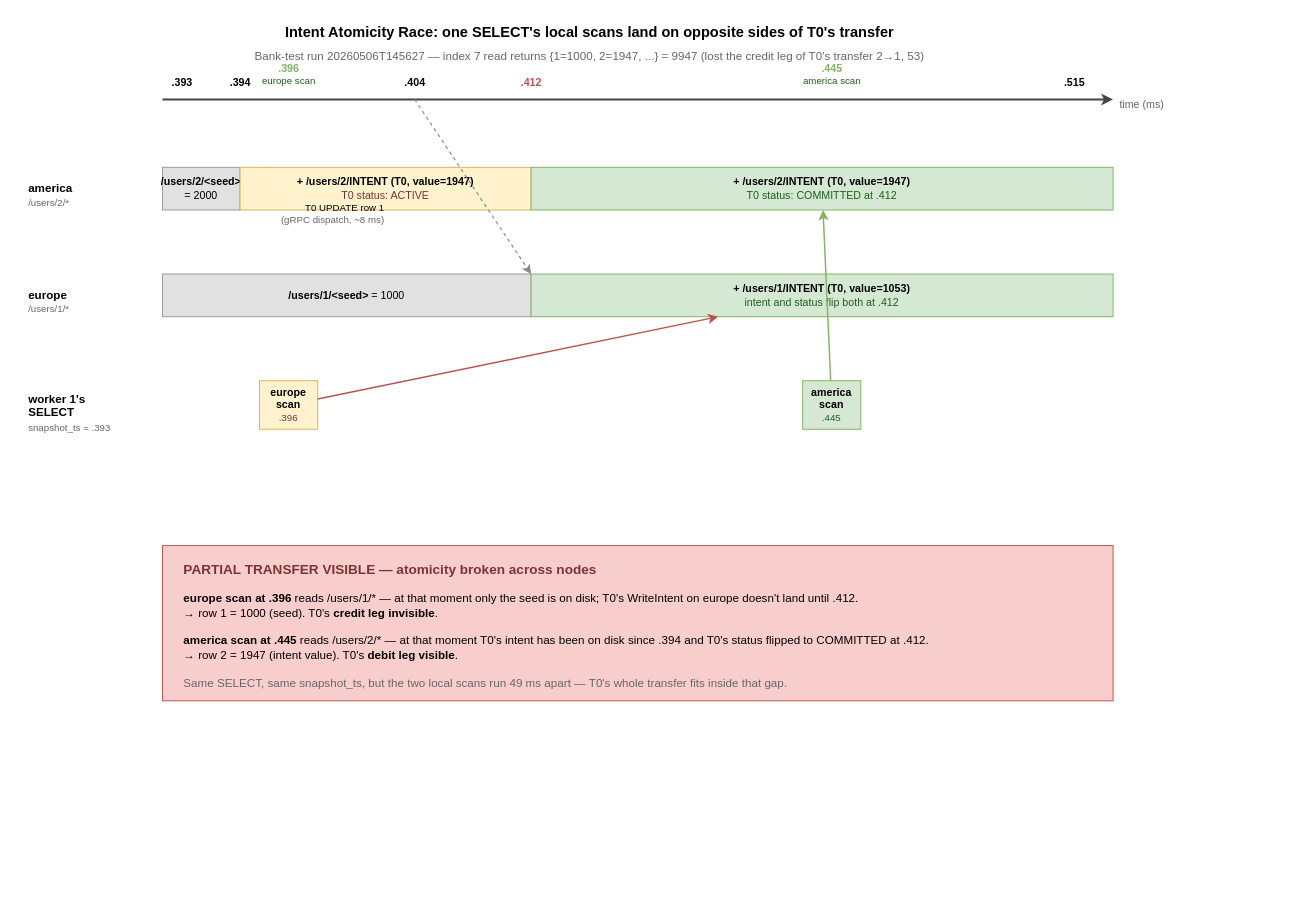
The draw.io diagram small-db-book/src/clutter/intent_atomicity_race.drawio in small-db/small-db, before the edit. Source tidied: cells renumbered, new cells numbered last; positions are measured from the earlier drawing's top-left corner, leaving out a move shared by most shapes. Both pictures are drawn from the tidied source at 97%, with x=0, y=0 at pixel (26, 16).
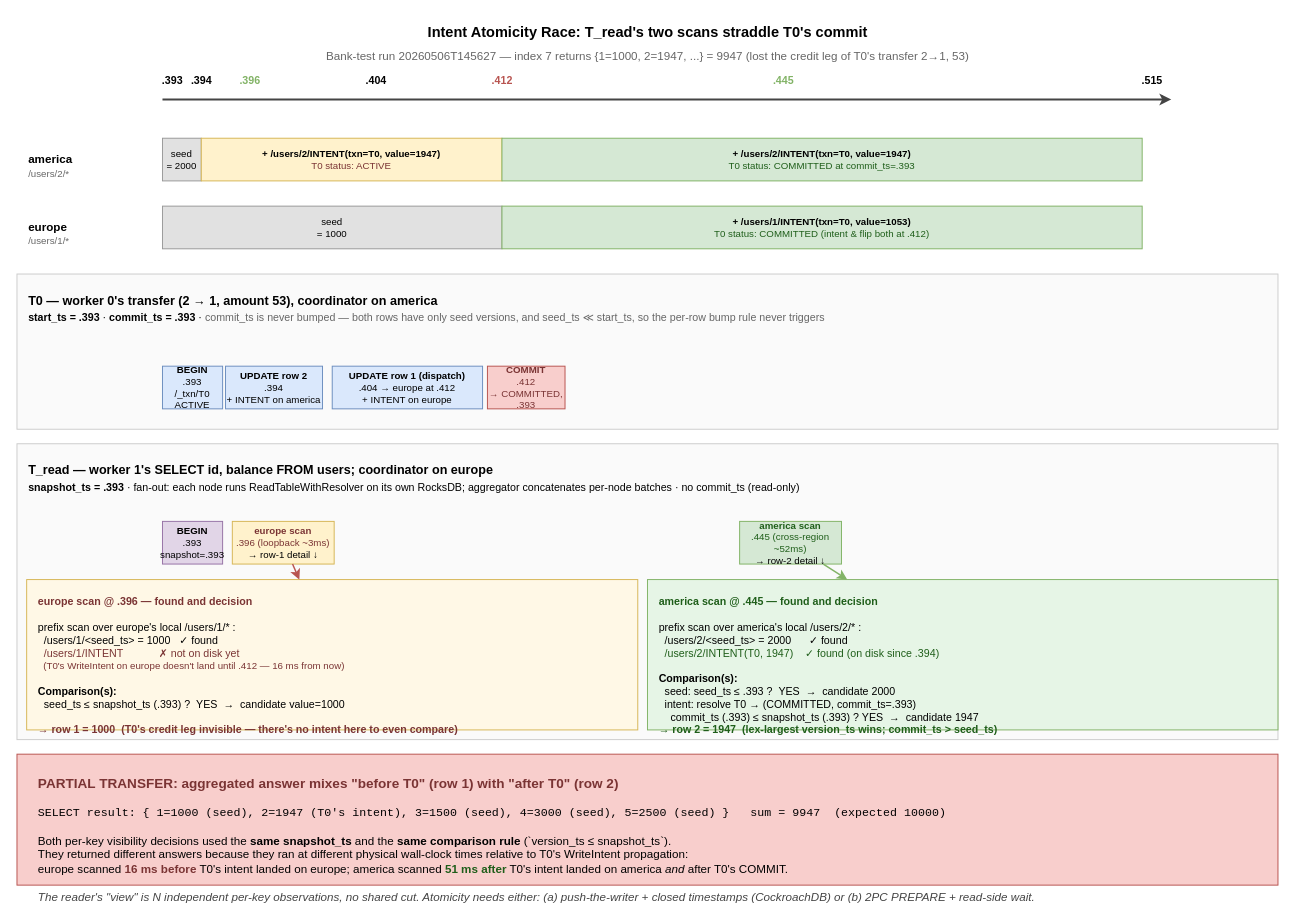
The same diagram, later.

Commit message (it also covers changes not shown here):
docs(book): redo intent atomicity race diagram — split into transaction panels

The edit, as a diff of the source:
```diff
@@
-    <mxCell id="2" value="Intent Atomicity Race: one SELECT's local scans land on opposite sides of T0's transfer" style="text;html=1;align=center;fontSize=15;fontStyle=1;" parent="1" vertex="1">
-      <mxGeometry x="20" width="1120" height="30" as="geometry" />
+    <mxCell id="2" value="Intent Atomicity Race: T_read's two scans straddle T0's commit" style="text;html=1;align=center;fontSize=15;fontStyle=1;" parent="1" vertex="1">
+      <mxGeometry x="20" width="1240" height="30" as="geometry" />
     </mxCell>
-    <mxCell id="3" value="Bank-test run 20260506T145627 — index 7 read returns {1=1000, 2=1947, ...} = 9947 (lost the credit leg of T0's transfer 2→1, 53)" style="text;html=1;align=center;fontSize=12;fontColor=#666666;" parent="1" vertex="1">
-      <mxGeometry x="20" y="27" width="1120" height="20" as="geometry" />
+    <mxCell id="3" value="Bank-test run 20260506T145627 — index 7 returns {1=1000, 2=1947, ...} = 9947 (lost the credit leg of T0's transfer 2→1, 53)" style="text;html=1;align=center;fontSize=12;fontColor=#666666;" parent="1" vertex="1">
+      <mxGeometry x="20" y="27" width="1240" height="20" as="geometry" />
     </mxCell>
     <mxCell id="4" style="endArrow=classic;html=1;rounded=0;strokeWidth=2;strokeColor=#444444;" parent="1" edge="1">
       <mxGeometry relative="1" as="geometry">
         <mxPoint x="140" y="85" as="sourcePoint" />
-        <mxPoint x="1120" y="85" as="targetPoint" />
+        <mxPoint x="1180" y="85" as="targetPoint" />
       </mxGeometry>
     </mxCell>
-    <mxCell id="5" value="time (ms)" style="text;html=1;align=left;fontSize=11;fontColor=#666666;" parent="1" vertex="1">
-      <mxGeometry x="1125" y="77" width="55" height="16" as="geometry" />
-    </mxCell>
     <mxCell id="6" value="&lt;b&gt;.393&lt;/b&gt;" style="text;html=1;align=center;fontSize=11;" parent="1" vertex="1">
-      <mxGeometry x="140" y="55" width="40" height="16" as="geometry" />
+      <mxGeometry x="130" y="53" width="40" height="16" as="geometry" />
     </mxCell>
     <mxCell id="7" value="&lt;b&gt;.394&lt;/b&gt;" style="text;html=1;align=center;fontSize=11;" parent="1" vertex="1">
-      <mxGeometry x="200" y="55" width="40" height="16" as="geometry" />
+      <mxGeometry x="160" y="53" width="40" height="16" as="geometry" />
     </mxCell>
-    <mxCell id="8" value="&lt;b&gt;.396&lt;/b&gt;&lt;br/&gt;&lt;font color=&quot;#1f5e1a&quot; size=&quot;1&quot;&gt;europe scan&lt;/font&gt;" style="text;html=1;align=center;fontSize=11;fontColor=#82b366;" parent="1" vertex="1">
-      <mxGeometry x="250" y="40" width="40" height="32" as="geometry" />
+    <mxCell id="8" value="&lt;b&gt;.396&lt;/b&gt;" style="text;html=1;align=center;fontSize=11;fontColor=#82b366;" parent="1" vertex="1">
+      <mxGeometry x="210" y="53" width="40" height="16" as="geometry" />
     </mxCell>
     <mxCell id="9" value="&lt;b&gt;.404&lt;/b&gt;" style="text;html=1;align=center;fontSize=11;" parent="1" vertex="1">
-      <mxGeometry x="380" y="55" width="40" height="16" as="geometry" />
+      <mxGeometry x="340" y="53" width="40" height="16" as="geometry" />
     </mxCell>
     <mxCell id="10" value="&lt;b&gt;.412&lt;/b&gt;" style="text;html=1;align=center;fontSize=11;fontColor=#b85450;" parent="1" vertex="1">
-      <mxGeometry x="500" y="55" width="40" height="16" as="geometry" />
+      <mxGeometry x="470" y="53" width="40" height="16" as="geometry" />
     </mxCell>
-    <mxCell id="11" value="&lt;b&gt;.445&lt;/b&gt;&lt;br/&gt;&lt;font color=&quot;#1f5e1a&quot; size=&quot;1&quot;&gt;america scan&lt;/font&gt;" style="text;html=1;align=center;fontSize=11;fontColor=#82b366;" parent="1" vertex="1">
-      <mxGeometry x="810" y="40" width="40" height="32" as="geometry" />
+    <mxCell id="11" value="&lt;b&gt;.445&lt;/b&gt;" style="text;html=1;align=center;fontSize=11;fontColor=#82b366;" parent="1" vertex="1">
+      <mxGeometry x="760" y="53" width="40" height="16" as="geometry" />
     </mxCell>
     <mxCell id="12" value="&lt;b&gt;.515&lt;/b&gt;" style="text;html=1;align=center;fontSize=11;" parent="1" vertex="1">
-      <mxGeometry x="1060" y="55" width="40" height="16" as="geometry" />
+      <mxGeometry x="1140" y="53" width="40" height="16" as="geometry" />
     </mxCell>
     <mxCell id="13" value="&lt;b&gt;america&lt;/b&gt;&lt;br/&gt;&lt;font color=&quot;#666666&quot; size=&quot;1&quot;&gt;/users/2/*&lt;/font&gt;" style="text;html=1;align=left;fontSize=12;" parent="1" vertex="1">
-      <mxGeometry y="163" width="100" height="40" as="geometry" />
+      <mxGeometry y="133" width="100" height="36" as="geometry" />
     </mxCell>
-    <mxCell id="14" value="&lt;b&gt;/users/2/&amp;lt;seed&amp;gt;&lt;/b&gt; = 2000" style="rounded=0;whiteSpace=wrap;html=1;fillColor=#e1e1e1;strokeColor=#999999;fontSize=11;" parent="1" vertex="1">
-      <mxGeometry x="140" y="155" width="80" height="44" as="geometry" />
+    <mxCell id="14" value="seed&lt;br/&gt;= 2000" style="rounded=0;whiteSpace=wrap;html=1;fillColor=#e1e1e1;strokeColor=#999999;fontSize=10;" parent="1" vertex="1">
+      <mxGeometry x="140" y="125" width="40" height="44" as="geometry" />
     </mxCell>
-    <mxCell id="15" value="&lt;b&gt;+ /users/2/INTENT (T0, value=1947)&lt;/b&gt;&lt;br/&gt;&lt;font color=&quot;#7a3434&quot;&gt;T0 status: ACTIVE&lt;/font&gt;" style="rounded=0;whiteSpace=wrap;html=1;fillColor=#fff2cc;strokeColor=#d6b656;fontSize=11;" parent="1" vertex="1">
-      <mxGeometry x="220" y="155" width="300" height="44" as="geometry" />
+    <mxCell id="15" value="&lt;b&gt;+ /users/2/INTENT(txn=T0, value=1947)&lt;/b&gt;&lt;br/&gt;&lt;font color=&quot;#7a3434&quot;&gt;T0 status: ACTIVE&lt;/font&gt;" style="rounded=0;whiteSpace=wrap;html=1;fillColor=#fff2cc;strokeColor=#d6b656;fontSize=10;" parent="1" vertex="1">
+      <mxGeometry x="180" y="125" width="310" height="44" as="geometry" />
     </mxCell>
-    <mxCell id="16" value="&lt;b&gt;+ /users/2/INTENT (T0, value=1947)&lt;/b&gt;&lt;br/&gt;&lt;font color=&quot;#1f5e1a&quot;&gt;T0 status: COMMITTED at .412&lt;/font&gt;" style="rounded=0;whiteSpace=wrap;html=1;fillColor=#d5e8d4;strokeColor=#82b366;fontSize=11;" parent="1" vertex="1">
-      <mxGeometry x="520" y="155" width="600" height="44" as="geometry" />
+    <mxCell id="16" value="&lt;b&gt;+ /users/2/INTENT(txn=T0, value=1947)&lt;/b&gt;&lt;br/&gt;&lt;font color=&quot;#1f5e1a&quot;&gt;T0 status: COMMITTED at commit_ts=.393&lt;/font&gt;" style="rounded=0;whiteSpace=wrap;html=1;fillColor=#d5e8d4;strokeColor=#82b366;fontSize=10;" parent="1" vertex="1">
+      <mxGeometry x="490" y="125" width="660" height="44" as="geometry" />
     </mxCell>
     <mxCell id="17" value="&lt;b&gt;europe&lt;/b&gt;&lt;br/&gt;&lt;font color=&quot;#666666&quot; size=&quot;1&quot;&gt;/users/1/*&lt;/font&gt;" style="text;html=1;align=left;fontSize=12;" parent="1" vertex="1">
-      <mxGeometry y="273" width="100" height="40" as="geometry" />
+      <mxGeometry y="203" width="100" height="36" as="geometry" />
     </mxCell>
-    <mxCell id="18" value="&lt;b&gt;/users/1/&amp;lt;seed&amp;gt;&lt;/b&gt; = 1000" style="rounded=0;whiteSpace=wrap;html=1;fillColor=#e1e1e1;strokeColor=#999999;fontSize=11;" parent="1" vertex="1">
-      <mxGeometry x="140" y="265" width="380" height="44" as="geometry" />
+    <mxCell id="18" value="seed&lt;br/&gt;= 1000" style="rounded=0;whiteSpace=wrap;html=1;fillColor=#e1e1e1;strokeColor=#999999;fontSize=10;" parent="1" vertex="1">
+      <mxGeometry x="140" y="195" width="350" height="44" as="geometry" />
     </mxCell>
-    <mxCell id="19" value="&lt;b&gt;+ /users/1/INTENT (T0, value=1053)&lt;/b&gt;&lt;br/&gt;&lt;font color=&quot;#1f5e1a&quot;&gt;intent and status flip both at .412&lt;/font&gt;" style="rounded=0;whiteSpace=wrap;html=1;fillColor=#d5e8d4;strokeColor=#82b366;fontSize=11;" parent="1" vertex="1">
-      <mxGeometry x="520" y="265" width="600" height="44" as="geometry" />
+    <mxCell id="19" value="&lt;b&gt;+ /users/1/INTENT(txn=T0, value=1053)&lt;/b&gt;&lt;br/&gt;&lt;font color=&quot;#1f5e1a&quot;&gt;T0 status: COMMITTED (intent &amp; flip both at .412)&lt;/font&gt;" style="rounded=0;whiteSpace=wrap;html=1;fillColor=#d5e8d4;strokeColor=#82b366;fontSize=10;" parent="1" vertex="1">
+      <mxGeometry x="490" y="195" width="660" height="44" as="geometry" />
     </mxCell>
-    <mxCell id="20" style="endArrow=classic;html=1;rounded=0;strokeWidth=1.2;strokeColor=#888888;dashed=1;curved=1;" parent="1" edge="1">
-      <mxGeometry relative="1" as="geometry">
-        <mxPoint x="400" y="85" as="sourcePoint" />
-        <mxPoint x="520" y="265" as="targetPoint" />
-      </mxGeometry>
-    </mxCell>
-    <mxCell id="21" value="T0 UPDATE row 1&lt;br/&gt;&lt;font color=&quot;#666666&quot;&gt;(gRPC dispatch, ~8 ms)&lt;/font&gt;" style="text;html=1;align=right;fontSize=10;" parent="1" vertex="1">
-      <mxGeometry x="250" y="185" width="120" height="28" as="geometry" />
-    </mxCell>
-    <mxCell id="22" value="&lt;b&gt;worker 1's&lt;/b&gt;&lt;br/&gt;&lt;b&gt;SELECT&lt;/b&gt;&lt;br/&gt;&lt;font color=&quot;#666666&quot; size=&quot;1&quot;&gt;snapshot_ts = .393&lt;/font&gt;" style="text;html=1;align=left;fontSize=12;" parent="1" vertex="1">
-      <mxGeometry y="380" width="120" height="60" as="geometry" />
-    </mxCell>
-    <mxCell id="23" value="&lt;b&gt;europe scan&lt;/b&gt;&lt;br/&gt;&lt;font color=&quot;#7a3434&quot; size=&quot;1&quot;&gt;.396&lt;/font&gt;" style="rounded=0;whiteSpace=wrap;html=1;fillColor=#fff2cc;strokeColor=#d6b656;fontSize=11;" parent="1" vertex="1">
-      <mxGeometry x="240" y="375" width="60" height="50" as="geometry" />
-    </mxCell>
-    <mxCell id="24" style="endArrow=classic;html=1;rounded=0;strokeWidth=1.5;strokeColor=#b85450;" parent="1" edge="1" source="23" target="19">
-      <mxGeometry relative="1" as="geometry" />
-    </mxCell>
-    <mxCell id="25" value="&lt;b&gt;america scan&lt;/b&gt;&lt;br/&gt;&lt;font color=&quot;#1f5e1a&quot; size=&quot;1&quot;&gt;.445&lt;/font&gt;" style="rounded=0;whiteSpace=wrap;html=1;fillColor=#d5e8d4;strokeColor=#82b366;fontSize=11;" parent="1" vertex="1">
-      <mxGeometry x="800" y="375" width="60" height="50" as="geometry" />
-    </mxCell>
-    <mxCell id="26" style="endArrow=classic;html=1;rounded=0;strokeWidth=1.5;strokeColor=#82b366;" parent="1" edge="1" source="25" target="16">
-      <mxGeometry relative="1" as="geometry" />
-    </mxCell>
+    <mxCell id="28" style="rounded=0;whiteSpace=wrap;html=1;fillColor=#fafafa;strokeColor=#cccccc;" parent="1" vertex="1">
+      <mxGeometry x="-10" y="265" width="1300" height="160" as="geometry" />
+    </mxCell>
+    <mxCell id="29" value="&lt;b&gt;T0 — worker 0's transfer (2 → 1, amount 53), coordinator on america&lt;/b&gt;" style="text;html=1;align=left;fontSize=13;" parent="1" vertex="1">
+      <mxGeometry y="278" width="1280" height="16" as="geometry" />
+    </mxCell>
+    <mxCell id="30" value="&lt;b&gt;start_ts = .393&lt;/b&gt;  ·  &lt;b&gt;commit_ts = .393&lt;/b&gt;  ·  &lt;font color=&quot;#666666&quot;&gt;commit_ts is never bumped — both rows have only seed versions, and seed_ts ≪ start_ts, so the per-row bump rule never triggers&lt;/font&gt;" style="text;html=1;align=left;fontSize=11;" parent="1" vertex="1">
+      <mxGeometry y="297" width="1280" height="20" as="geometry" />
+    </mxCell>
+    <mxCell id="31" value="&lt;b&gt;BEGIN&lt;/b&gt;&lt;br/&gt;.393&lt;br/&gt;/_txn/T0 ACTIVE" style="rounded=0;whiteSpace=wrap;html=1;fillColor=#dae8fc;strokeColor=#6c8ebf;fontSize=10;" parent="1" vertex="1">
+      <mxGeometry x="140" y="360" width="62" height="44" as="geometry" />
+    </mxCell>
+    <mxCell id="32" value="&lt;b&gt;UPDATE row 2&lt;/b&gt;&lt;br/&gt;.394&lt;br/&gt;+ INTENT on america" style="rounded=0;whiteSpace=wrap;html=1;fillColor=#dae8fc;strokeColor=#6c8ebf;fontSize=10;" parent="1" vertex="1">
+      <mxGeometry x="205" y="360" width="100" height="44" as="geometry" />
+    </mxCell>
+    <mxCell id="33" value="&lt;b&gt;UPDATE row 1 (dispatch)&lt;/b&gt;&lt;br/&gt;.404 → europe at .412&lt;br/&gt;+ INTENT on europe" style="rounded=0;whiteSpace=wrap;html=1;fillColor=#dae8fc;strokeColor=#6c8ebf;fontSize=10;" parent="1" vertex="1">
+      <mxGeometry x="315" y="360" width="155" height="44" as="geometry" />
+    </mxCell>
+    <mxCell id="34" value="&lt;b style=&quot;color:#7a3434&quot;&gt;COMMIT&lt;/b&gt;&lt;br/&gt;&lt;font color=&quot;#7a3434&quot;&gt;.412&lt;/font&gt;&lt;br/&gt;&lt;font color=&quot;#7a3434&quot;&gt;→ COMMITTED, .393&lt;/font&gt;" style="rounded=0;whiteSpace=wrap;html=1;fillColor=#f8cecc;strokeColor=#b85450;fontSize=10;" parent="1" vertex="1">
+      <mxGeometry x="475" y="360" width="80" height="44" as="geometry" />
+    </mxCell>
+    <mxCell id="35" style="rounded=0;whiteSpace=wrap;html=1;fillColor=#fafafa;strokeColor=#cccccc;" parent="1" vertex="1">
+      <mxGeometry x="-10" y="440" width="1300" height="305" as="geometry" />
+    </mxCell>
+    <mxCell id="36" value="&lt;b&gt;T_read — worker 1's SELECT id, balance FROM users; coordinator on europe&lt;/b&gt;" style="text;html=1;align=left;fontSize=13;" parent="1" vertex="1">
+      <mxGeometry y="453" width="1280" height="16" as="geometry" />
+    </mxCell>
+    <mxCell id="37" value="&lt;b&gt;snapshot_ts = .393&lt;/b&gt;  ·  fan-out: each node runs ReadTableWithResolver on its own RocksDB; aggregator concatenates per-node batches  ·  no commit_ts (read-only)" style="text;html=1;align=left;fontSize=11;" parent="1" vertex="1">
+      <mxGeometry y="472" width="1280" height="20" as="geometry" />
+    </mxCell>
+    <mxCell id="38" value="&lt;b&gt;BEGIN&lt;/b&gt;&lt;br/&gt;.393&lt;br/&gt;snapshot=.393" style="rounded=0;whiteSpace=wrap;html=1;fillColor=#e1d5e7;strokeColor=#9673a6;fontSize=10;" parent="1" vertex="1">
+      <mxGeometry x="140" y="520" width="62" height="44" as="geometry" />
+    </mxCell>
+    <mxCell id="39" value="&lt;b style=&quot;color:#7a3434&quot;&gt;europe scan&lt;/b&gt;&lt;br/&gt;&lt;font color=&quot;#7a3434&quot;&gt;.396 (loopback ~3ms)&lt;/font&gt;&lt;br/&gt;→ row-1 detail ↓" style="rounded=0;whiteSpace=wrap;html=1;fillColor=#fff2cc;strokeColor=#d6b656;fontSize=10;" parent="1" vertex="1">
+      <mxGeometry x="212" y="520" width="105" height="44" as="geometry" />
+    </mxCell>
+    <mxCell id="40" value="&lt;b style=&quot;color:#1f5e1a&quot;&gt;america scan&lt;/b&gt;&lt;br/&gt;&lt;font color=&quot;#1f5e1a&quot;&gt;.445 (cross-region ~52ms)&lt;/font&gt;&lt;br/&gt;→ row-2 detail ↓" style="rounded=0;whiteSpace=wrap;html=1;fillColor=#d5e8d4;strokeColor=#82b366;fontSize=10;" parent="1" vertex="1">
+      <mxGeometry x="735" y="520" width="105" height="44" as="geometry" />
+    </mxCell>
+    <mxCell id="41" value="&lt;b style=&quot;color:#7a3434&quot;&gt;europe scan @ .396 — found and decision&lt;/b&gt;&lt;br/&gt;&lt;br/&gt;prefix scan over europe's local /users/1/* :&lt;br/&gt;&amp;nbsp;&amp;nbsp;/users/1/&amp;lt;seed_ts&amp;gt; = 1000&amp;nbsp;&amp;nbsp;&amp;nbsp;✓ found&lt;br/&gt;&amp;nbsp;&amp;nbsp;&lt;font color=&quot;#7a3434&quot;&gt;/users/1/INTENT&amp;nbsp;&amp;nbsp;&amp;nbsp;&amp;nbsp;&amp;nbsp;&amp;nbsp;&amp;nbsp;&amp;nbsp;&amp;nbsp;&amp;nbsp;&amp;nbsp;&amp;nbsp;✗ not on disk yet&lt;/font&gt;&lt;br/&gt;&lt;font color=&quot;#7a3434&quot; size=&quot;1&quot;&gt;&amp;nbsp;&amp;nbsp;(T0's WriteIntent on europe doesn't land until .412 — 16 ms from now)&lt;/font&gt;&lt;br/&gt;&lt;br/&gt;&lt;b&gt;Comparison(s):&lt;/b&gt;&lt;br/&gt;&amp;nbsp;&amp;nbsp;seed_ts &amp;le; snapshot_ts (.393) ?&amp;nbsp;&amp;nbsp;YES&amp;nbsp;&amp;nbsp;→&amp;nbsp;&amp;nbsp;candidate value=1000&lt;br/&gt;&lt;br/&gt;&lt;b style=&quot;color:#7a3434&quot;&gt;→ row 1 = 1000&amp;nbsp;&amp;nbsp;(T0's credit leg invisible — there's no intent here to even compare)&lt;/b&gt;" style="rounded=0;whiteSpace=wrap;html=1;fillColor=#fff8e6;strokeColor=#d6b656;align=left;verticalAlign=top;spacingLeft=10;spacingTop=10;fontSize=11;" parent="1" vertex="1">
+      <mxGeometry y="580" width="630" height="155" as="geometry" />
+    </mxCell>
+    <mxCell id="42" value="&lt;b style=&quot;color:#1f5e1a&quot;&gt;america scan @ .445 — found and decision&lt;/b&gt;&lt;br/&gt;&lt;br/&gt;prefix scan over america's local /users/2/* :&lt;br/&gt;&amp;nbsp;&amp;nbsp;/users/2/&amp;lt;seed_ts&amp;gt; = 2000&amp;nbsp;&amp;nbsp;&amp;nbsp;&amp;nbsp;&amp;nbsp;&amp;nbsp;✓ found&lt;br/&gt;&amp;nbsp;&amp;nbsp;&lt;font color=&quot;#1f5e1a&quot;&gt;/users/2/INTENT(T0, 1947)&amp;nbsp;&amp;nbsp;&amp;nbsp;&amp;nbsp;✓ found (on disk since .394)&lt;/font&gt;&lt;br/&gt;&lt;br/&gt;&lt;b&gt;Comparison(s):&lt;/b&gt;&lt;br/&gt;&amp;nbsp;&amp;nbsp;seed: seed_ts &amp;le; .393 ?&amp;nbsp;&amp;nbsp;YES&amp;nbsp;&amp;nbsp;→&amp;nbsp;&amp;nbsp;candidate 2000&lt;br/&gt;&amp;nbsp;&amp;nbsp;intent: resolve T0 → (COMMITTED, commit_ts=.393)&lt;br/&gt;&amp;nbsp;&amp;nbsp;&amp;nbsp;&amp;nbsp;commit_ts (.393) &amp;le; snapshot_ts (.393) ? YES&amp;nbsp;&amp;nbsp;→&amp;nbsp;&amp;nbsp;candidate 1947&lt;br/&gt;&lt;b style=&quot;color:#1f5e1a&quot;&gt;→ row 2 = 1947&amp;nbsp;&amp;nbsp;(lex-largest version_ts wins; commit_ts &gt; seed_ts)&lt;/b&gt;" style="rounded=0;whiteSpace=wrap;html=1;fillColor=#e6f5e6;strokeColor=#82b366;align=left;verticalAlign=top;spacingLeft=10;spacingTop=10;fontSize=11;" parent="1" vertex="1">
+      <mxGeometry x="640" y="580" width="650" height="155" as="geometry" />
+    </mxCell>
+    <mxCell id="43" style="endArrow=classic;html=1;rounded=0;strokeWidth=1.5;strokeColor=#b85450;" parent="1" edge="1" source="39" target="41">
+      <mxGeometry relative="1" as="geometry" />
+    </mxCell>
+    <mxCell id="44" style="endArrow=classic;html=1;rounded=0;strokeWidth=1.5;strokeColor=#82b366;" parent="1" edge="1" source="40" target="42">
+      <mxGeometry relative="1" as="geometry" />
+    </mxCell>
-    <mxCell id="27" value="&lt;b style=&quot;font-size:14px;color:#7a3434&quot;&gt;PARTIAL TRANSFER VISIBLE — atomicity broken across nodes&lt;/b&gt;&lt;br/&gt;&lt;br/&gt;&lt;b&gt;europe scan at .396&lt;/b&gt; reads /users/1/* — at that moment only the seed is on disk; T0's WriteIntent on europe doesn't land until .412.&lt;br/&gt;&amp;rarr; row 1 = 1000 (seed). T0's &lt;b&gt;credit leg invisible&lt;/b&gt;.&lt;br/&gt;&lt;br/&gt;&lt;b&gt;america scan at .445&lt;/b&gt; reads /users/2/* — at that moment T0's intent has been on disk since .394 and T0's status flipped to COMMITTED at .412.&lt;br/&gt;&amp;rarr; row 2 = 1947 (intent value). T0's &lt;b&gt;debit leg visible&lt;/b&gt;.&lt;br/&gt;&lt;br/&gt;&lt;font color=&quot;#666666&quot;&gt;Same SELECT, same snapshot_ts, but the two local scans run 49 ms apart — T0's whole transfer fits inside that gap.&lt;/font&gt;" style="rounded=0;whiteSpace=wrap;html=1;fillColor=#f8cecc;strokeColor=#b85450;align=left;verticalAlign=top;spacingLeft=20;spacingTop=10;fontSize=12;" parent="1" vertex="1">
-      <mxGeometry x="140" y="545" width="980" height="160" as="geometry" />
+    <mxCell id="27" value="&lt;b style=&quot;font-size:14px;color:#7a3434&quot;&gt;PARTIAL TRANSFER: aggregated answer mixes &amp;quot;before T0&amp;quot; (row 1) with &amp;quot;after T0&amp;quot; (row 2)&lt;/b&gt;&lt;br/&gt;&lt;br/&gt;&lt;font face=&quot;monospace&quot;&gt;SELECT result: { 1=1000 (seed), 2=1947 (T0's intent), 3=1500 (seed), 4=3000 (seed), 5=2500 (seed) }&amp;nbsp;&amp;nbsp;&amp;nbsp;sum = 9947&amp;nbsp;&amp;nbsp;(expected 10000)&lt;/font&gt;&lt;br/&gt;&lt;br/&gt;Both per-key visibility decisions used the &lt;b&gt;same snapshot_ts&lt;/b&gt; and the &lt;b&gt;same comparison rule&lt;/b&gt; (`version_ts &amp;le; snapshot_ts`).&lt;br/&gt;They returned different answers because they ran at different physical wall-clock times relative to T0's WriteIntent propagation:&lt;br/&gt;europe scanned &lt;b style=&quot;color:#7a3434&quot;&gt;16 ms before&lt;/b&gt; T0's intent landed on europe; america scanned &lt;b style=&quot;color:#1f5e1a&quot;&gt;51 ms after&lt;/b&gt; T0's intent landed on america &lt;i&gt;and&lt;/i&gt; after T0's COMMIT.&lt;br/&gt;&lt;br/&gt;&lt;font color=&quot;#444444&quot;&gt;&lt;i&gt;The reader's &amp;quot;view&amp;quot; is N independent per-key observations, no shared cut. Atomicity needs either: (a) push-the-writer + closed timestamps (CockroachDB) or (b) 2PC PREPARE + read-side wait.&lt;/i&gt;&lt;/font&gt;" style="rounded=0;whiteSpace=wrap;html=1;fillColor=#f8cecc;strokeColor=#b85450;align=left;verticalAlign=top;spacingLeft=20;spacingTop=15;fontSize=12;" parent="1" vertex="1">
+      <mxGeometry x="-10" y="760" width="1300" height="135" as="geometry" />
     </mxCell>
```
